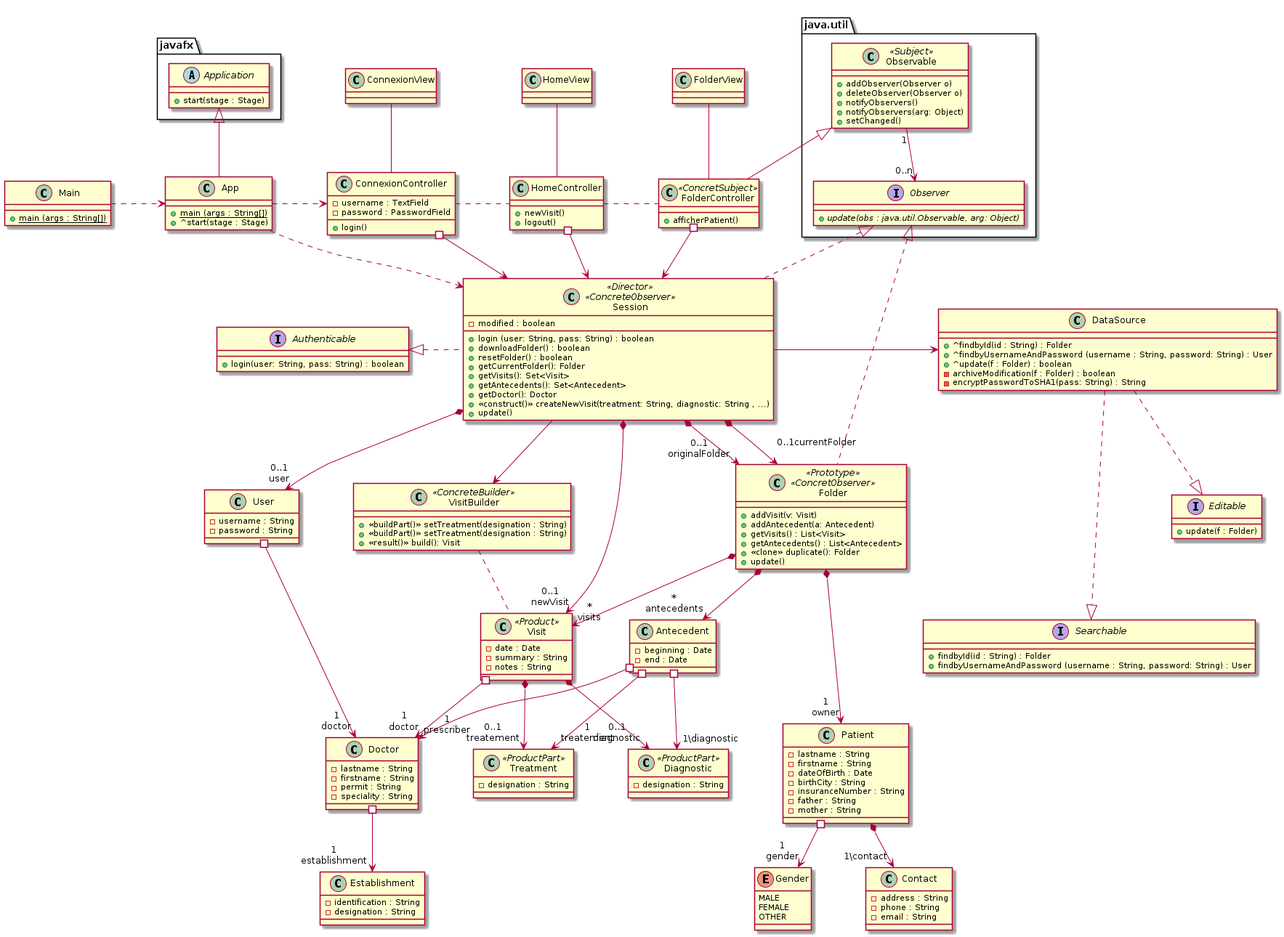
This is models/Diagramme_Classes/implementation/class_diagram.png from fethiuqam/INF5153-Projet-Session, a PlantUML export, as it was before one commit.
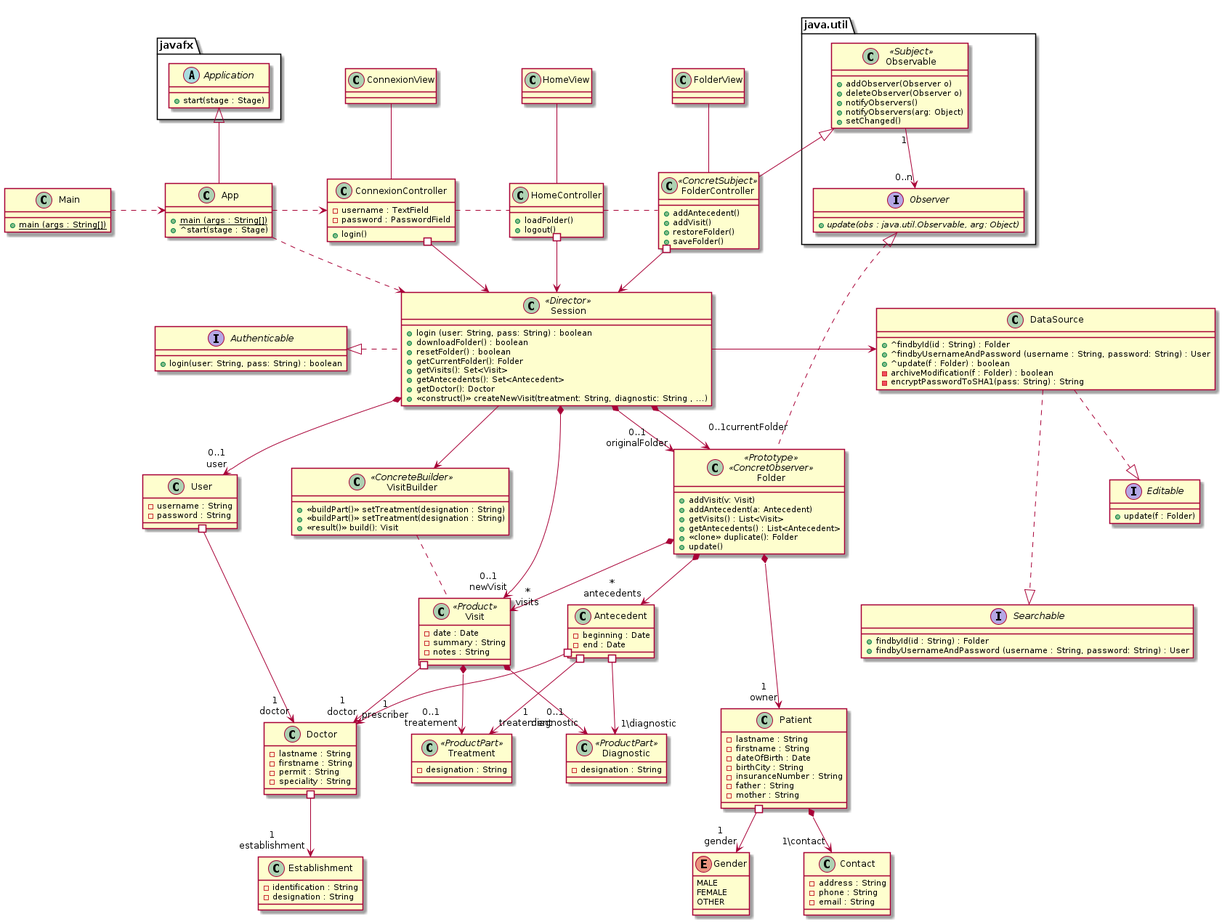
After the commit.

What changed in the source:
```diff
@@ -85,8 +85,7 @@
     - encryptPasswordToSHA1(pass: String) : String
 }
 
-class Session <<Director>> <<ConcreteObserver>> {
-    - modified : boolean
+class Session <<Director>>  {
     + login (user: String, pass: String) : boolean
     + downloadFolder() : boolean
     + resetFolder() : boolean
@@ -95,7 +94,6 @@
     + getAntecedents(): Set<Antecedent>
     + getDoctor(): Doctor
     + <<construct()>> createNewVisit(treatment: String, diagnostic: String , ...)
-    + update()
 }
 
 class VisitBuilder <<ConcreteBuilder>> {
@@ -114,7 +112,10 @@
 
 
 class FolderController <<ConcretSubject>> {
-    + afficherPatient()
+    + addAntecedent()
+    + addVisit()
+    + restoreFolder()
+    + saveFolder()
 }
 
 class java.util.Observable <<Subject>>  {
@@ -129,13 +130,11 @@
   + {abstract} update(obs : java.util.Observable, arg: Object)
 }
 
-
-
 class HomeView {
 }
 
 class HomeController {
-    + newVisit()
+    + loadFolder()
     + logout()
 }
 
@@ -209,7 +208,6 @@
 
 java.util.Observable <|-- FolderController
 java.util.Observer <|.. Folder
-java.util.Observer <|.. Session
 java.util.Observable "1" --> "0..n" java.util.Observer
 
 
```
